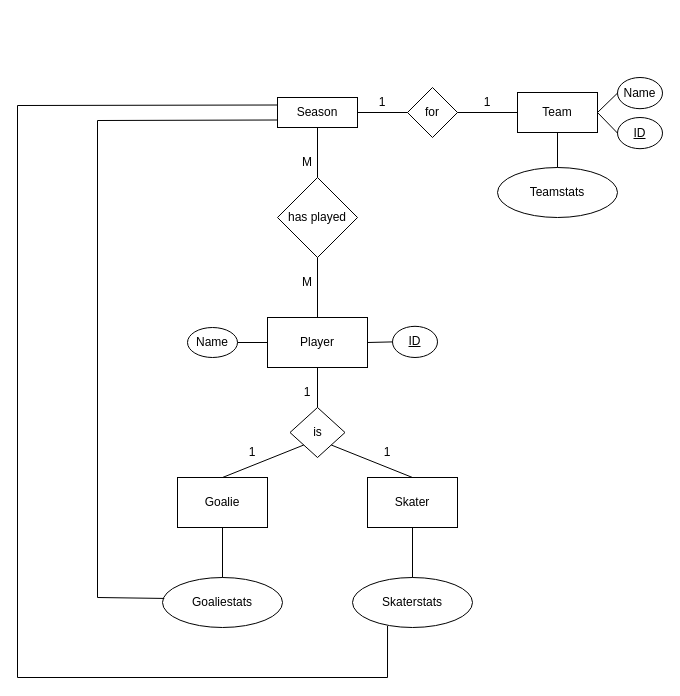
eeroryha/DBS-Harkkaty- keeps this draw.io diagram as kaavio.drawio. Above is the earlier version. Source tidied: cells renumbered, new cells numbered last; positions are measured from the earlier drawing's top-left corner, leaving out a move shared by most shapes. Both pictures are drawn from the tidied source at 100%, with x=0, y=0 at pixel (17, 77).
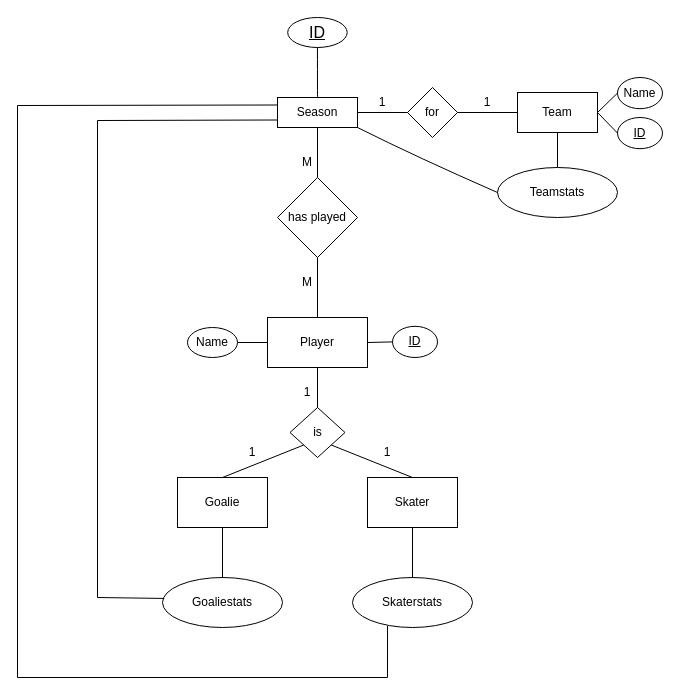
The same diagram, later.

Unchanged cells that the change refers to:
```xml
<mxCell id="4" value="Season" style="rounded=0;whiteSpace=wrap;html=1;" parent="1" vertex="1">
  <mxGeometry x="260" y="20" width="80" height="30" as="geometry" />
</mxCell>
<mxCell id="12" value="Teamstats" style="ellipse;whiteSpace=wrap;html=1;" parent="1" vertex="1">
  <mxGeometry x="480" y="90" width="120" height="50" as="geometry" />
</mxCell>
```

Change to the diagram source:
```diff
@@
+    <mxCell id="40" value="&lt;u&gt;ID&lt;/u&gt;" style="ellipse;whiteSpace=wrap;html=1;fontSize=16;" parent="1" vertex="1">
+      <mxGeometry x="270.2" y="-60" width="59.5" height="30" as="geometry" />
+    </mxCell>
+    <mxCell id="41" style="endArrow=none;html=1;rounded=0;fontSize=12;startSize=8;endSize=8;curved=1;entryX=0.5;entryY=1;entryDx=0;entryDy=0;exitX=0.5;exitY=0;exitDx=0;exitDy=0;" parent="1" edge="1" source="4" target="40">
+      <mxGeometry relative="1" as="geometry" />
+    </mxCell>
+    <mxCell id="42" style="endArrow=none;html=1;rounded=0;fontSize=12;startSize=8;endSize=8;curved=1;entryX=0;entryY=0.5;entryDx=0;entryDy=0;exitX=1;exitY=1;exitDx=0;exitDy=0;" parent="1" edge="1" source="4" target="12">
+      <mxGeometry relative="1" as="geometry">
+        <Array as="points">
+          <mxPoint x="400" y="80" />
+        </Array>
+      </mxGeometry>
+    </mxCell>
```
